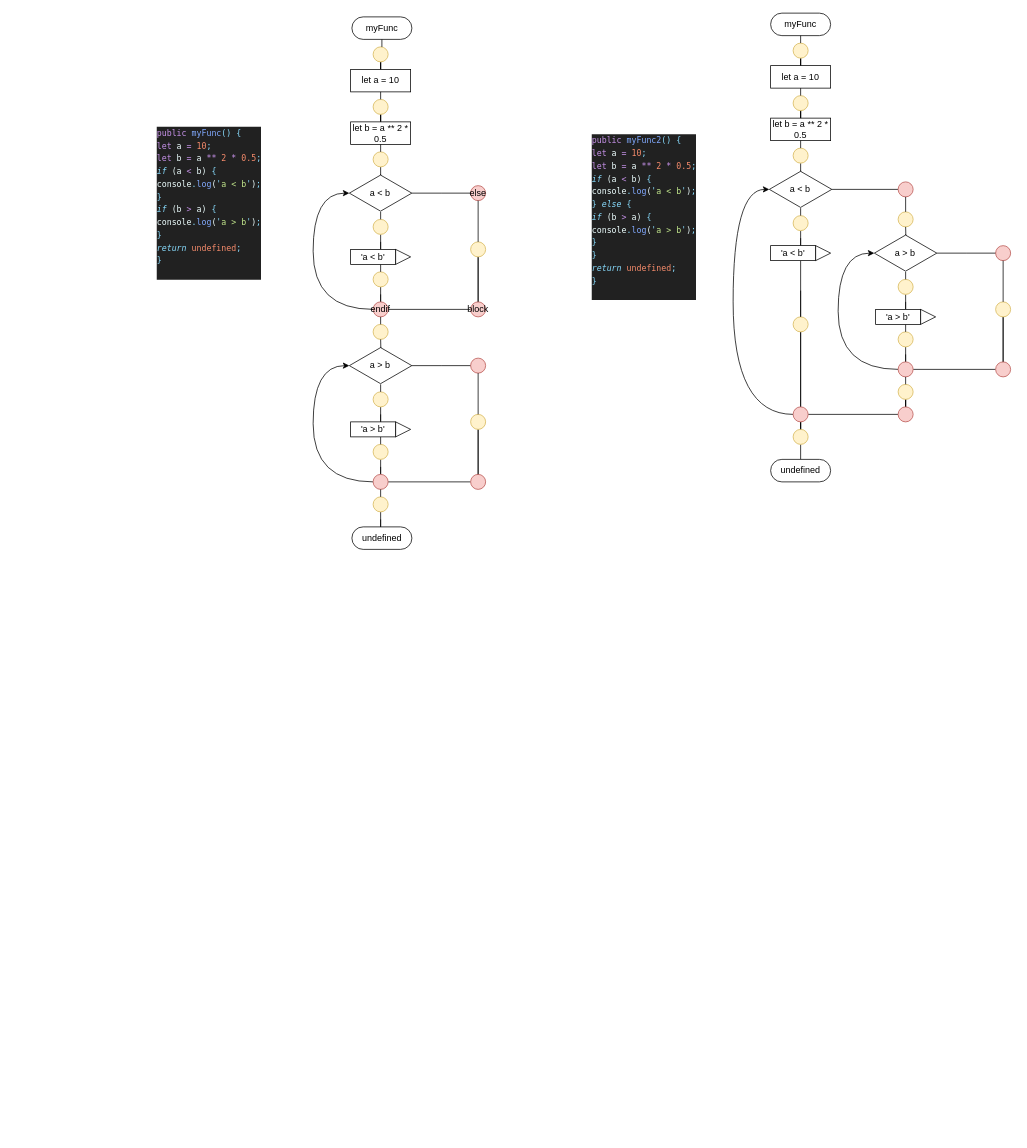
Before: page "Страница 1" (1 of 2) of schema_iter2.drawio in samarsky-canary/dragon, a draw.io diagram. Source tidied: cells renumbered, new cells numbered last; positions are measured from the earlier drawing's top-left corner, leaving out a move shared by most shapes. Both pictures are drawn from the tidied source at 75%, with x=0, y=0 at pixel (155, 13).
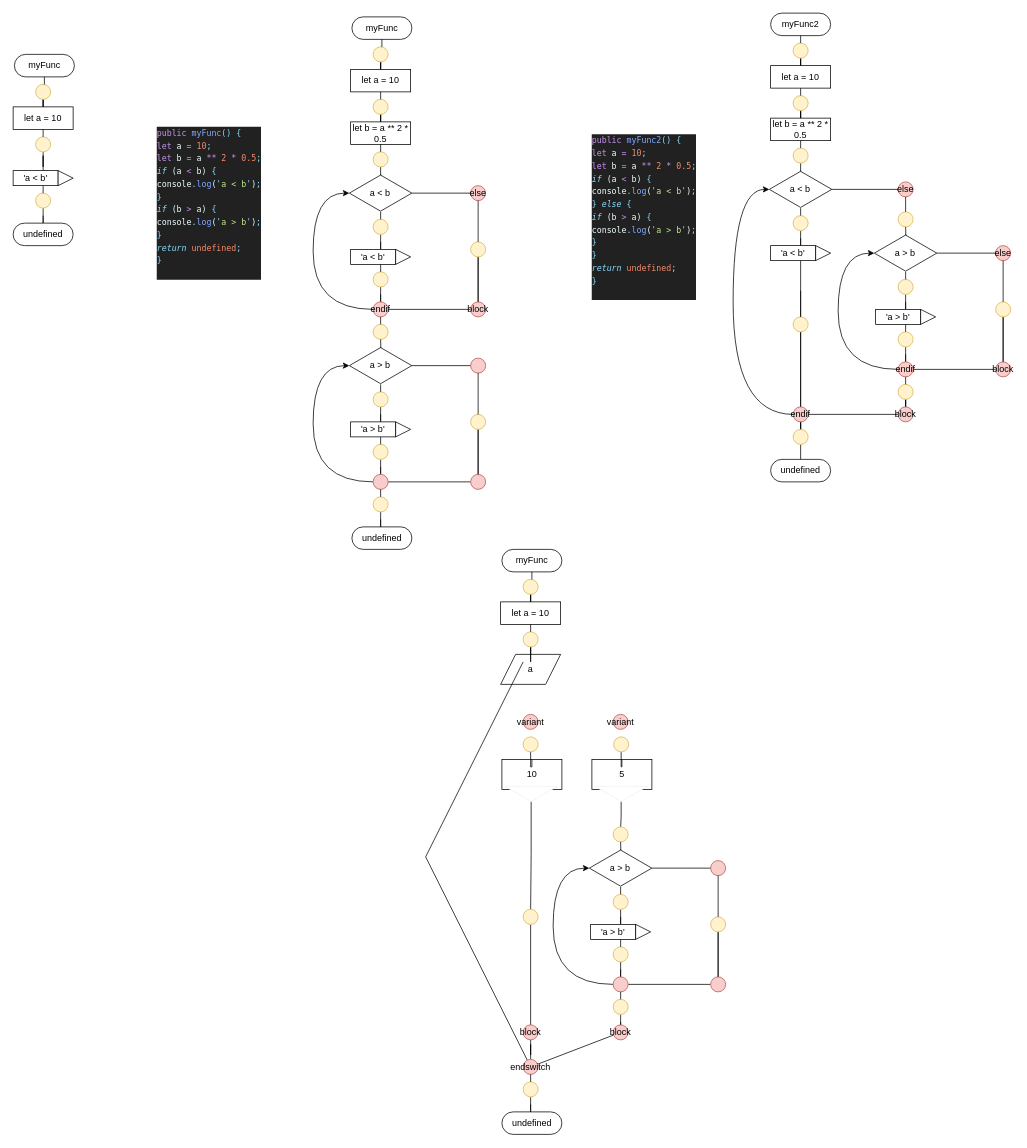
The same page after the edit.

What changed in the source:
```diff
@@
-    <mxCell id="61" value="myFunc" style="rounded=1;whiteSpace=wrap;html=1;arcSize=50;" parent="1" vertex="1">
+    <mxCell id="61" value="myFunc2" style="rounded=1;whiteSpace=wrap;html=1;arcSize=50;" parent="1" vertex="1">
       <mxGeometry x="820" width="80" height="30" as="geometry" />
     </mxCell>
@@
-    <mxCell id="85" style="ellipse;whiteSpace=wrap;html=1;fillColor=#f8cecc;strokeColor=#b85450;" parent="1" vertex="1">
+    <mxCell id="85" value="endif" style="ellipse;whiteSpace=wrap;html=1;fillColor=#f8cecc;strokeColor=#b85450;" parent="1" vertex="1">
       <mxGeometry x="850" y="525" width="20" height="20" as="geometry" />
     </mxCell>
-    <mxCell id="86" style="ellipse;whiteSpace=wrap;html=1;fillColor=#f8cecc;strokeColor=#b85450;" parent="1" vertex="1">
+    <mxCell id="86" value="else" style="ellipse;whiteSpace=wrap;html=1;fillColor=#f8cecc;strokeColor=#b85450;" parent="1" vertex="1">
       <mxGeometry x="990" y="225" width="20" height="20" as="geometry" />
     </mxCell>
@@
-    <mxCell id="104" style="ellipse;whiteSpace=wrap;html=1;fillColor=#f8cecc;strokeColor=#b85450;" parent="1" vertex="1">
+    <mxCell id="104" value="endif" style="ellipse;whiteSpace=wrap;html=1;fillColor=#f8cecc;strokeColor=#b85450;" parent="1" vertex="1">
       <mxGeometry x="990" y="465" width="20" height="20" as="geometry" />
     </mxCell>
-    <mxCell id="105" style="ellipse;whiteSpace=wrap;html=1;fillColor=#f8cecc;strokeColor=#b85450;" parent="1" vertex="1">
+    <mxCell id="105" value="else" style="ellipse;whiteSpace=wrap;html=1;fillColor=#f8cecc;strokeColor=#b85450;" parent="1" vertex="1">
       <mxGeometry x="1120" y="310" width="20" height="20" as="geometry" />
     </mxCell>
@@
-    <mxCell id="109" style="ellipse;whiteSpace=wrap;html=1;fillColor=#f8cecc;strokeColor=#b85450;" parent="1" vertex="1">
+    <mxCell id="109" value="block" style="ellipse;whiteSpace=wrap;html=1;fillColor=#f8cecc;strokeColor=#b85450;" parent="1" vertex="1">
       <mxGeometry x="1120" y="465" width="20" height="20" as="geometry" />
     </mxCell>
@@
-    <mxCell id="113" style="ellipse;whiteSpace=wrap;html=1;fillColor=#f8cecc;strokeColor=#b85450;" parent="1" vertex="1">
+    <mxCell id="113" value="block" style="ellipse;whiteSpace=wrap;html=1;fillColor=#f8cecc;strokeColor=#b85450;" parent="1" vertex="1">
       <mxGeometry x="990" y="525" width="20" height="20" as="geometry" />
     </mxCell>
@@
+    <mxCell id="115" style="edgeStyle=orthogonalEdgeStyle;rounded=0;jettySize=auto;html=1;endArrow=none;endFill=0;" parent="1" edge="1" source="118" target="117">
+      <mxGeometry relative="1" as="geometry" />
+    </mxCell>
+    <mxCell id="116" value="myFunc" style="rounded=1;whiteSpace=wrap;html=1;arcSize=50;" parent="1" vertex="1">
+      <mxGeometry x="-188.3" y="55" width="80" height="30" as="geometry" />
+    </mxCell>
+    <mxCell id="117" value="let a = 10" style="rounded=0;whiteSpace=wrap;html=1;" parent="1" vertex="1">
+      <mxGeometry x="-190" y="125" width="80" height="30" as="geometry" />
+    </mxCell>
+    <mxCell id="118" style="ellipse;whiteSpace=wrap;html=1;fillColor=#fff2cc;strokeColor=#d6b656;" parent="1" vertex="1">
+      <mxGeometry x="-160" y="95" width="20" height="20" as="geometry" />
+    </mxCell>
+    <mxCell id="119" style="edgeStyle=orthogonalEdgeStyle;rounded=0;jettySize=auto;html=1;endArrow=none;endFill=0;" parent="1" edge="1" source="116" target="118">
+      <mxGeometry relative="1" as="geometry">
+        <Array as="points">
+          <mxPoint x="-150" y="85" />
+          <mxPoint x="-150" y="85" />
+        </Array>
+      </mxGeometry>
+    </mxCell>
+    <mxCell id="120" style="edgeStyle=orthogonalEdgeStyle;rounded=0;jettySize=auto;html=1;entryX=0.667;entryY=0.25;entryDx=0;entryDy=0;entryPerimeter=0;endArrow=none;endFill=0;" parent="1" edge="1" source="121" target="126">
+      <mxGeometry relative="1" as="geometry" />
+    </mxCell>
+    <mxCell id="121" style="ellipse;whiteSpace=wrap;html=1;fillColor=#fff2cc;strokeColor=#d6b656;" parent="1" vertex="1">
+      <mxGeometry x="-160" y="165" width="20" height="20" as="geometry" />
+    </mxCell>
+    <mxCell id="122" style="edgeStyle=orthogonalEdgeStyle;rounded=0;jettySize=auto;html=1;endArrow=none;endFill=0;" parent="1" edge="1" target="121">
+      <mxGeometry relative="1" as="geometry">
+        <mxPoint x="-150" y="155" as="sourcePoint" />
+        <Array as="points">
+          <mxPoint x="-150" y="155" />
+          <mxPoint x="-150" y="155" />
+        </Array>
+      </mxGeometry>
+    </mxCell>
+    <mxCell id="123" style="edgeStyle=orthogonalEdgeStyle;rounded=0;jettySize=auto;html=1;endArrow=none;endFill=0;" parent="1" edge="1" source="124">
+      <mxGeometry relative="1" as="geometry">
+        <mxPoint x="-150" y="270" as="targetPoint" />
+      </mxGeometry>
+    </mxCell>
+    <mxCell id="124" style="ellipse;whiteSpace=wrap;html=1;fillColor=#fff2cc;strokeColor=#d6b656;" parent="1" vertex="1">
+      <mxGeometry x="-160" y="240" width="20" height="20" as="geometry" />
+    </mxCell>
+    <mxCell id="125" style="edgeStyle=orthogonalEdgeStyle;rounded=0;jettySize=auto;html=1;endArrow=none;endFill=0;" parent="1" edge="1" target="124">
+      <mxGeometry relative="1" as="geometry">
+        <mxPoint x="-150" y="230" as="sourcePoint" />
+        <Array as="points">
+          <mxPoint x="-150" y="230" />
+          <mxPoint x="-150" y="230" />
+        </Array>
+      </mxGeometry>
+    </mxCell>
+    <mxCell id="126" value="'a &amp;lt; b'" style="rounded=0;whiteSpace=wrap;html=1;" parent="1" vertex="1">
+      <mxGeometry x="-190" y="210" width="60" height="20" as="geometry" />
+    </mxCell>
+    <mxCell id="127" style="triangle;whiteSpace=wrap;html=1;" parent="1" vertex="1">
+      <mxGeometry x="-130" y="210" width="20" height="20" as="geometry" />
+    </mxCell>
+    <mxCell id="128" value="undefined" style="rounded=1;whiteSpace=wrap;html=1;arcSize=50;" parent="1" vertex="1">
+      <mxGeometry x="-190" y="280" width="80" height="30" as="geometry" />
+    </mxCell>
+    <mxCell id="129" value="a" style="shape=parallelogram;perimeter=parallelogramPerimeter;whiteSpace=wrap;html=1;fixedSize=1;" parent="1" vertex="1">
+      <mxGeometry x="460" y="855" width="80" height="40" as="geometry" />
+    </mxCell>
+    <mxCell id="130" style="edgeStyle=orthogonalEdgeStyle;rounded=0;jettySize=auto;html=1;endArrow=none;endFill=0;" parent="1" edge="1" source="133" target="132">
+      <mxGeometry relative="1" as="geometry" />
+    </mxCell>
+    <mxCell id="131" value="myFunc" style="rounded=1;whiteSpace=wrap;html=1;arcSize=50;" parent="1" vertex="1">
+      <mxGeometry x="461.7" y="715" width="80" height="30" as="geometry" />
+    </mxCell>
+    <mxCell id="132" value="let a = 10" style="rounded=0;whiteSpace=wrap;html=1;" parent="1" vertex="1">
+      <mxGeometry x="460" y="785" width="80" height="30" as="geometry" />
+    </mxCell>
+    <mxCell id="133" style="ellipse;whiteSpace=wrap;html=1;fillColor=#fff2cc;strokeColor=#d6b656;" parent="1" vertex="1">
+      <mxGeometry x="490" y="755" width="20" height="20" as="geometry" />
+    </mxCell>
+    <mxCell id="134" style="edgeStyle=orthogonalEdgeStyle;rounded=0;jettySize=auto;html=1;endArrow=none;endFill=0;" parent="1" edge="1" source="131" target="133">
+      <mxGeometry relative="1" as="geometry">
+        <Array as="points">
+          <mxPoint x="500" y="745" />
+          <mxPoint x="500" y="745" />
+        </Array>
+      </mxGeometry>
+    </mxCell>
+    <mxCell id="135" style="edgeStyle=orthogonalEdgeStyle;rounded=0;jettySize=auto;html=1;endArrow=none;endFill=0;" parent="1" edge="1" source="136" target="129">
+      <mxGeometry relative="1" as="geometry" />
+    </mxCell>
+    <mxCell id="136" style="ellipse;whiteSpace=wrap;html=1;fillColor=#fff2cc;strokeColor=#d6b656;" parent="1" vertex="1">
+      <mxGeometry x="490" y="825" width="20" height="20" as="geometry" />
+    </mxCell>
+    <mxCell id="137" style="edgeStyle=orthogonalEdgeStyle;rounded=0;jettySize=auto;html=1;endArrow=none;endFill=0;" parent="1" edge="1" target="136">
+      <mxGeometry relative="1" as="geometry">
+        <mxPoint x="500" y="815" as="sourcePoint" />
+        <Array as="points">
+          <mxPoint x="500" y="815" />
+          <mxPoint x="500" y="815" />
+        </Array>
+      </mxGeometry>
+    </mxCell>
+    <mxCell id="138" value="10" style="rounded=0;whiteSpace=wrap;html=1;" parent="1" vertex="1">
+      <mxGeometry x="461.7" y="995" width="80" height="40" as="geometry" />
+    </mxCell>
+    <mxCell id="139" style="edgeStyle=orthogonalEdgeStyle;rounded=0;jettySize=auto;html=1;endArrow=none;endFill=0;" parent="1" edge="1" source="140" target="173">
+      <mxGeometry relative="1" as="geometry" />
+    </mxCell>
+    <mxCell id="140" style="triangle;whiteSpace=wrap;html=1;strokeColor=#f0f0f0;rotation=90;" parent="1" vertex="1">
+      <mxGeometry x="490.7" y="1006" width="20" height="70" as="geometry" />
+    </mxCell>
+    <mxCell id="141" value="5" style="rounded=0;whiteSpace=wrap;html=1;" parent="1" vertex="1">
+      <mxGeometry x="581.7" y="995" width="80" height="40" as="geometry" />
+    </mxCell>
+    <mxCell id="142" style="edgeStyle=orthogonalEdgeStyle;rounded=0;jettySize=auto;html=1;endArrow=none;endFill=0;" parent="1" edge="1" source="143" target="149">
+      <mxGeometry relative="1" as="geometry" />
+    </mxCell>
+    <mxCell id="143" style="triangle;whiteSpace=wrap;html=1;strokeColor=#f0f0f0;rotation=90;" parent="1" vertex="1">
+      <mxGeometry x="610.7" y="1006" width="20" height="70" as="geometry" />
+    </mxCell>
+    <mxCell id="144" style="edgeStyle=orthogonalEdgeStyle;rounded=0;jettySize=auto;html=1;entryX=0.5;entryY=0;entryDx=0;entryDy=0;endArrow=none;endFill=0;" parent="1" edge="1" source="145" target="138">
+      <mxGeometry relative="1" as="geometry" />
+    </mxCell>
+    <mxCell id="145" style="ellipse;whiteSpace=wrap;html=1;fillColor=#fff2cc;strokeColor=#d6b656;" parent="1" vertex="1">
+      <mxGeometry x="490" y="965" width="20" height="20" as="geometry" />
+    </mxCell>
+    <mxCell id="146" style="edgeStyle=orthogonalEdgeStyle;rounded=0;jettySize=auto;html=1;endArrow=none;endFill=0;" parent="1" edge="1" source="147" target="141">
+      <mxGeometry relative="1" as="geometry" />
+    </mxCell>
+    <mxCell id="147" style="ellipse;whiteSpace=wrap;html=1;fillColor=#fff2cc;strokeColor=#d6b656;" parent="1" vertex="1">
+      <mxGeometry x="610.7" y="965" width="20" height="20" as="geometry" />
+    </mxCell>
+    <mxCell id="148" value="variant" style="ellipse;whiteSpace=wrap;html=1;fillColor=#f8cecc;strokeColor=#b85450;" parent="1" vertex="1">
+      <mxGeometry x="490" y="935" width="20" height="20" as="geometry" />
+    </mxCell>
+    <mxCell id="149" style="ellipse;whiteSpace=wrap;html=1;fillColor=#fff2cc;strokeColor=#d6b656;" parent="1" vertex="1">
+      <mxGeometry x="610" y="1085" width="20" height="20" as="geometry" />
+    </mxCell>
+    <mxCell id="150" style="edgeStyle=orthogonalEdgeStyle;rounded=0;jettySize=auto;html=1;endArrow=none;endFill=0;" parent="1" edge="1" target="152">
+      <mxGeometry relative="1" as="geometry">
+        <mxPoint x="620" y="1105" as="sourcePoint" />
+      </mxGeometry>
+    </mxCell>
+    <mxCell id="151" style="edgeStyle=orthogonalEdgeStyle;rounded=0;jettySize=auto;html=1;endArrow=none;endFill=0;" parent="1" edge="1" source="152">
+      <mxGeometry relative="1" as="geometry">
+        <mxPoint x="741.7" y="1140" as="targetPoint" />
+      </mxGeometry>
+    </mxCell>
+    <mxCell id="152" value="a &amp;gt; b" style="html=1;whiteSpace=wrap;shape=isoRectangle;" parent="1" vertex="1">
+      <mxGeometry x="578.3" y="1115" width="83.3" height="50" as="geometry" />
+    </mxCell>
+    <mxCell id="153" style="edgeStyle=orthogonalEdgeStyle;rounded=0;jettySize=auto;html=1;endArrow=none;endFill=0;" parent="1" edge="1" source="154">
+      <mxGeometry relative="1" as="geometry">
+        <mxPoint x="620" y="1205" as="targetPoint" />
+      </mxGeometry>
+    </mxCell>
+    <mxCell id="154" style="ellipse;whiteSpace=wrap;html=1;fillColor=#fff2cc;strokeColor=#d6b656;" parent="1" vertex="1">
+      <mxGeometry x="610" y="1175" width="20" height="20" as="geometry" />
+    </mxCell>
+    <mxCell id="155" style="edgeStyle=orthogonalEdgeStyle;rounded=0;jettySize=auto;html=1;endArrow=none;endFill=0;" parent="1" edge="1" target="154">
+      <mxGeometry relative="1" as="geometry">
+        <mxPoint x="620" y="1165" as="sourcePoint" />
+        <Array as="points">
+          <mxPoint x="620" y="1165" />
+          <mxPoint x="620" y="1165" />
+        </Array>
+      </mxGeometry>
+    </mxCell>
+    <mxCell id="156" style="edgeStyle=orthogonalEdgeStyle;rounded=0;jettySize=auto;html=1;endArrow=none;endFill=0;" parent="1" edge="1" source="157">
+      <mxGeometry relative="1" as="geometry">
+        <mxPoint x="620" y="1275" as="targetPoint" />
+      </mxGeometry>
+    </mxCell>
+    <mxCell id="157" style="ellipse;whiteSpace=wrap;html=1;fillColor=#fff2cc;strokeColor=#d6b656;" parent="1" vertex="1">
+      <mxGeometry x="610" y="1245" width="20" height="20" as="geometry" />
+    </mxCell>
+    <mxCell id="158" style="edgeStyle=orthogonalEdgeStyle;rounded=0;jettySize=auto;html=1;endArrow=none;endFill=0;" parent="1" edge="1" target="157">
+      <mxGeometry relative="1" as="geometry">
+        <mxPoint x="620" y="1235" as="sourcePoint" />
+        <Array as="points">
+          <mxPoint x="620" y="1235" />
+          <mxPoint x="620" y="1235" />
+        </Array>
+      </mxGeometry>
+    </mxCell>
+    <mxCell id="159" value="'a &amp;gt; b'" style="rounded=0;whiteSpace=wrap;html=1;" parent="1" vertex="1">
+      <mxGeometry x="580" y="1215" width="60" height="20" as="geometry" />
+    </mxCell>
+    <mxCell id="160" style="triangle;whiteSpace=wrap;html=1;" parent="1" vertex="1">
+      <mxGeometry x="640" y="1215" width="20" height="20" as="geometry" />
+    </mxCell>
+    <mxCell id="161" style="edgeStyle=orthogonalEdgeStyle;rounded=0;jettySize=auto;html=1;endArrow=none;endFill=0;" parent="1" edge="1" source="163" target="168">
+      <mxGeometry relative="1" as="geometry" />
+    </mxCell>
+    <mxCell id="162" style="edgeStyle=orthogonalEdgeStyle;jettySize=auto;html=1;endArrow=classic;endFill=1;curved=1;" parent="1" edge="1" source="163" target="152">
+      <mxGeometry relative="1" as="geometry">
+        <Array as="points">
+          <mxPoint x="530" y="1295" />
+          <mxPoint x="530" y="1140" />
+        </Array>
+      </mxGeometry>
+    </mxCell>
+    <mxCell id="163" style="ellipse;whiteSpace=wrap;html=1;fillColor=#f8cecc;strokeColor=#b85450;" parent="1" vertex="1">
+      <mxGeometry x="610" y="1285" width="20" height="20" as="geometry" />
+    </mxCell>
+    <mxCell id="164" style="ellipse;whiteSpace=wrap;html=1;fillColor=#f8cecc;strokeColor=#b85450;" parent="1" vertex="1">
+      <mxGeometry x="740" y="1130" width="20" height="20" as="geometry" />
+    </mxCell>
+    <mxCell id="165" style="edgeStyle=orthogonalEdgeStyle;rounded=0;jettySize=auto;html=1;endArrow=none;endFill=0;" parent="1" edge="1" source="166">
+      <mxGeometry relative="1" as="geometry">
+        <mxPoint x="750" y="1215" as="targetPoint" />
+        <Array as="points">
+          <mxPoint x="750" y="1295" />
+          <mxPoint x="750" y="1295" />
+        </Array>
+      </mxGeometry>
+    </mxCell>
+    <mxCell id="166" style="ellipse;whiteSpace=wrap;html=1;fillColor=#fff2cc;strokeColor=#d6b656;" parent="1" vertex="1">
+      <mxGeometry x="740" y="1205" width="20" height="20" as="geometry" />
+    </mxCell>
+    <mxCell id="167" style="edgeStyle=orthogonalEdgeStyle;rounded=0;jettySize=auto;html=1;endArrow=none;endFill=0;" parent="1" edge="1" source="164" target="166">
+      <mxGeometry relative="1" as="geometry" />
+    </mxCell>
+    <mxCell id="168" style="ellipse;whiteSpace=wrap;html=1;fillColor=#f8cecc;strokeColor=#b85450;" parent="1" vertex="1">
+      <mxGeometry x="740" y="1285" width="20" height="20" as="geometry" />
+    </mxCell>
+    <mxCell id="169" style="edgeStyle=orthogonalEdgeStyle;rounded=0;jettySize=auto;html=1;endArrow=none;endFill=0;" parent="1" edge="1" source="170">
+      <mxGeometry relative="1" as="geometry">
+        <mxPoint x="620" y="1345" as="targetPoint" />
+      </mxGeometry>
+    </mxCell>
+    <mxCell id="170" style="ellipse;whiteSpace=wrap;html=1;fillColor=#fff2cc;strokeColor=#d6b656;" parent="1" vertex="1">
+      <mxGeometry x="610" y="1315" width="20" height="20" as="geometry" />
+    </mxCell>
+    <mxCell id="171" style="edgeStyle=orthogonalEdgeStyle;rounded=0;jettySize=auto;html=1;endArrow=none;endFill=0;" parent="1" edge="1" target="170">
+      <mxGeometry relative="1" as="geometry">
+        <mxPoint x="620" y="1305" as="sourcePoint" />
+        <Array as="points">
+          <mxPoint x="620" y="1305" />
+          <mxPoint x="620" y="1305" />
+        </Array>
+      </mxGeometry>
+    </mxCell>
+    <mxCell id="172" style="edgeStyle=orthogonalEdgeStyle;rounded=0;jettySize=auto;html=1;endArrow=none;endFill=0;" parent="1" edge="1" source="173" target="175">
+      <mxGeometry relative="1" as="geometry" />
+    </mxCell>
+    <mxCell id="173" style="ellipse;whiteSpace=wrap;html=1;fillColor=#fff2cc;strokeColor=#d6b656;" parent="1" vertex="1">
+      <mxGeometry x="490" y="1195" width="20" height="20" as="geometry" />
+    </mxCell>
+    <mxCell id="174" style="edgeStyle=orthogonalEdgeStyle;rounded=0;jettySize=auto;html=1;endArrow=none;endFill=0;" parent="1" edge="1" source="175" target="179">
+      <mxGeometry relative="1" as="geometry" />
+    </mxCell>
+    <mxCell id="175" value="block" style="ellipse;whiteSpace=wrap;html=1;fillColor=#f8cecc;strokeColor=#b85450;" parent="1" vertex="1">
+      <mxGeometry x="490" y="1349" width="20" height="20" as="geometry" />
+    </mxCell>
+    <mxCell id="176" style="rounded=0;jettySize=auto;html=1;endArrow=none;endFill=0;" parent="1" edge="1" source="177" target="179">
+      <mxGeometry relative="1" as="geometry" />
+    </mxCell>
+    <mxCell id="177" value="block" style="ellipse;whiteSpace=wrap;html=1;fillColor=#f8cecc;strokeColor=#b85450;" parent="1" vertex="1">
+      <mxGeometry x="610" y="1349" width="20" height="20" as="geometry" />
+    </mxCell>
+    <mxCell id="178" style="edgeStyle=none;rounded=0;jettySize=auto;html=1;endArrow=none;endFill=0;entryX=0.375;entryY=0.25;entryDx=0;entryDy=0;entryPerimeter=0;" parent="1" edge="1" source="179" target="129">
+      <mxGeometry relative="1" as="geometry">
+        <Array as="points">
+          <mxPoint x="360" y="1125" />
+        </Array>
+      </mxGeometry>
+    </mxCell>
+    <mxCell id="179" value="endswitch" style="ellipse;whiteSpace=wrap;html=1;fillColor=#f8cecc;strokeColor=#b85450;" parent="1" vertex="1">
+      <mxGeometry x="490" y="1395" width="20" height="20" as="geometry" />
+    </mxCell>
+    <mxCell id="180" style="edgeStyle=orthogonalEdgeStyle;rounded=0;jettySize=auto;html=1;endArrow=none;endFill=0;" parent="1" edge="1" source="181">
+      <mxGeometry relative="1" as="geometry">
+        <mxPoint x="500" y="1455" as="targetPoint" />
+        <Array as="points">
+          <mxPoint x="500" y="1465" />
+          <mxPoint x="500" y="1465" />
+        </Array>
+      </mxGeometry>
+    </mxCell>
+    <mxCell id="181" style="ellipse;whiteSpace=wrap;html=1;fillColor=#fff2cc;strokeColor=#d6b656;" parent="1" vertex="1">
+      <mxGeometry x="490" y="1425" width="20" height="20" as="geometry" />
+    </mxCell>
+    <mxCell id="182" style="edgeStyle=orthogonalEdgeStyle;rounded=0;jettySize=auto;html=1;endArrow=none;endFill=0;" parent="1" edge="1" target="181">
+      <mxGeometry relative="1" as="geometry">
+        <mxPoint x="500" y="1415" as="sourcePoint" />
+        <Array as="points">
+          <mxPoint x="500" y="1415" />
+          <mxPoint x="500" y="1415" />
+        </Array>
+      </mxGeometry>
+    </mxCell>
+    <mxCell id="183" value="undefined" style="rounded=1;whiteSpace=wrap;html=1;arcSize=50;" parent="1" vertex="1">
+      <mxGeometry x="461.7" y="1465" width="80" height="30" as="geometry" />
+    </mxCell>
+    <mxCell id="184" value="variant" style="ellipse;whiteSpace=wrap;html=1;fillColor=#f8cecc;strokeColor=#b85450;" parent="1" vertex="1">
+      <mxGeometry x="610" y="935" width="20" height="20" as="geometry" />
+    </mxCell>
```
